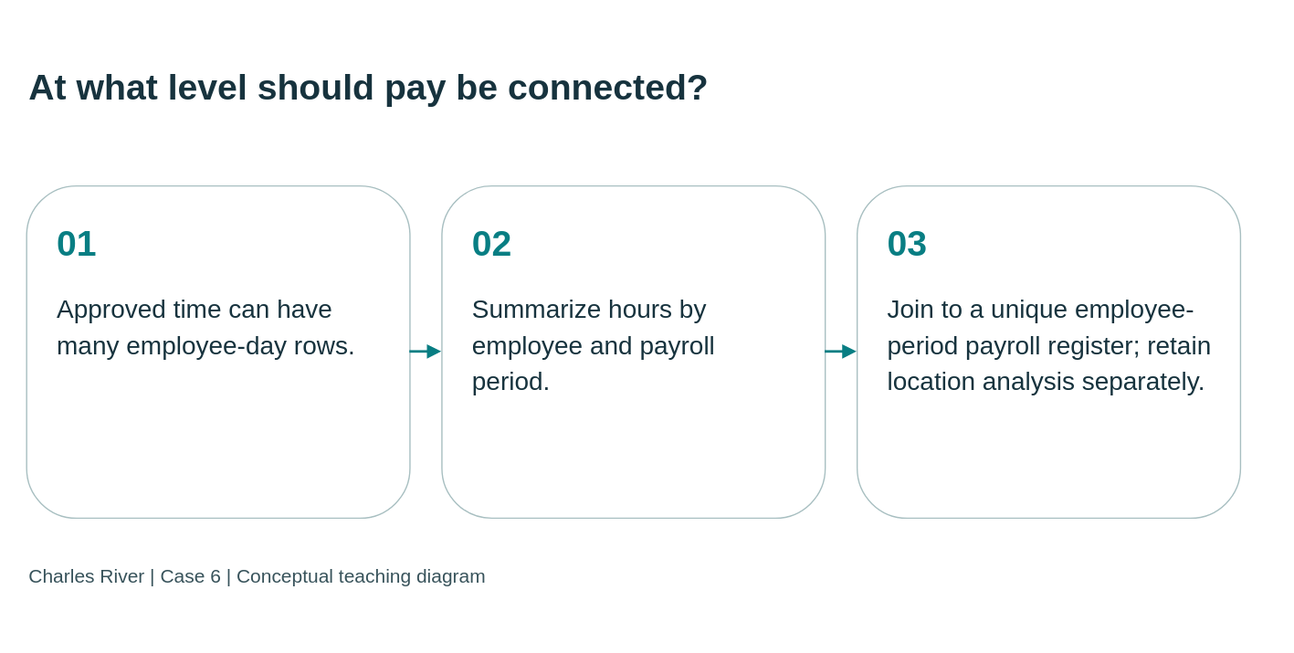
Earlier version of the draw.io export static/diagrams/cases/case06-grains.svg (mmcodesso/CharlesRiver_Database). Source tidied: cells renumbered, new cells last; positions are measured from the earlier drawing's top-left corner, leaving out a move shared by most shapes. Source of this version:
```xml
<mxGraphModel background="#f5f5ee">
  <root>
    <mxCell id="0" />
    <mxCell id="1" parent="0" />
    <mxCell id="2" value="At what level should pay be connected?" style="text;html=0;strokeColor=none;fillColor=none;align=left;verticalAlign=middle;whiteSpace=wrap;fontSize=28;fontStyle=1;fontColor=#17333e;fontFamily=Arial;" parent="1" vertex="1">
      <mxGeometry width="950" height="95" as="geometry" />
    </mxCell>
    <mxCell id="3" value="&lt;div style=&quot;font-size:28px;color:#087e83;font-weight:bold;margin-bottom:20px&quot;&gt;01&lt;/div&gt;&lt;div style=&quot;font-size:20px;line-height:1.4&quot;&gt;Approved time can have many employee-day rows.&lt;/div&gt;" style="rounded=1;whiteSpace=wrap;html=1;fillColor=#ffffff;strokeColor=#a8bfc1;fontColor=#17333e;align=left;verticalAlign=top;spacing=24;fontFamily=Arial;fontSize=20;" parent="1" vertex="1">
      <mxGeometry y="125" width="300" height="260" as="geometry" />
    </mxCell>
    <mxCell id="4" value="&lt;div style=&quot;font-size:28px;color:#087e83;font-weight:bold;margin-bottom:20px&quot;&gt;02&lt;/div&gt;&lt;div style=&quot;font-size:20px;line-height:1.4&quot;&gt;Summarize hours by employee and payroll period.&lt;/div&gt;" style="rounded=1;whiteSpace=wrap;html=1;fillColor=#ffffff;strokeColor=#a8bfc1;fontColor=#17333e;align=left;verticalAlign=top;spacing=24;fontFamily=Arial;fontSize=20;" parent="1" vertex="1">
      <mxGeometry x="325" y="125" width="300" height="260" as="geometry" />
    </mxCell>
    <mxCell id="5" value="&lt;div style=&quot;font-size:28px;color:#087e83;font-weight:bold;margin-bottom:20px&quot;&gt;03&lt;/div&gt;&lt;div style=&quot;font-size:20px;line-height:1.4&quot;&gt;Join to a unique employee-period payroll register; retain location analysis separately.&lt;/div&gt;" style="rounded=1;whiteSpace=wrap;html=1;fillColor=#ffffff;strokeColor=#a8bfc1;fontColor=#17333e;align=left;verticalAlign=top;spacing=24;fontFamily=Arial;fontSize=20;" parent="1" vertex="1">
      <mxGeometry x="650" y="125" width="300" height="260" as="geometry" />
    </mxCell>
    <mxCell id="6" style="edgeStyle=orthogonalEdgeStyle;rounded=0;html=1;endArrow=block;endFill=1;strokeColor=#087e83;strokeWidth=2;" parent="1" edge="1" source="3" target="4">
      <mxGeometry relative="1" as="geometry" />
    </mxCell>
    <mxCell id="7" style="edgeStyle=orthogonalEdgeStyle;rounded=0;html=1;endArrow=block;endFill=1;strokeColor=#087e83;strokeWidth=2;" parent="1" edge="1" source="4" target="5">
      <mxGeometry relative="1" as="geometry" />
    </mxCell>
    <mxCell id="8" value="Charles River | Case 6 | Conceptual teaching diagram" style="text;html=0;strokeColor=none;fillColor=none;align=left;fontSize=15;fontColor=#38535b;fontFamily=Arial;" parent="1" vertex="1">
      <mxGeometry y="415" width="950" height="35" as="geometry" />
    </mxCell>
  </root>
</mxGraphModel>
```
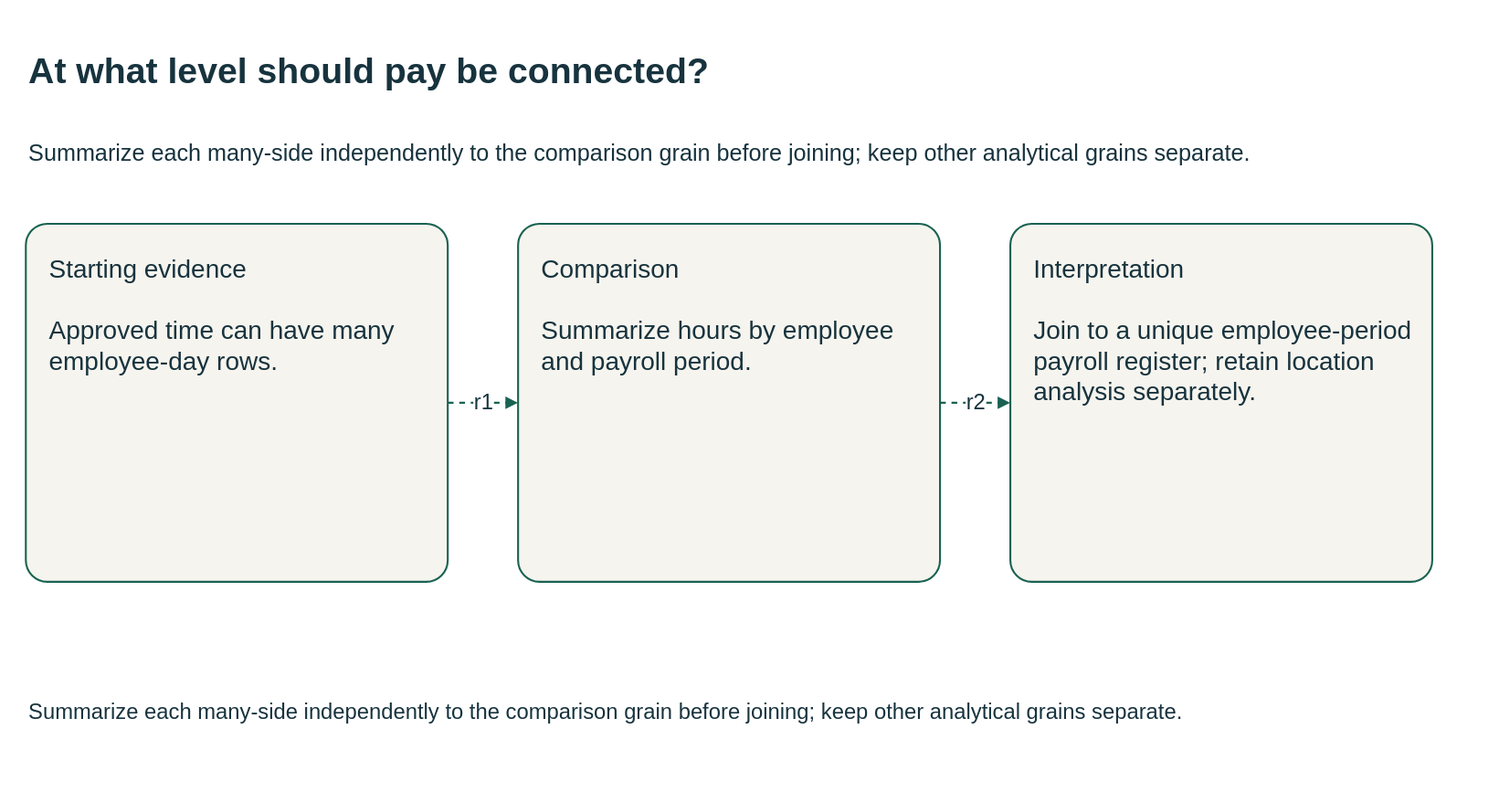
The same diagram one commit later.

What changed in the source:
```diff
@@ -1,27 +1,30 @@
-<mxGraphModel background="#f5f5ee">
+<mxGraphModel background="#FFFFFF">
   <root>
     <mxCell id="0" />
     <mxCell id="1" parent="0" />
-    <mxCell id="2" value="At what level should pay be connected?" style="text;html=0;strokeColor=none;fillColor=none;align=left;verticalAlign=middle;whiteSpace=wrap;fontSize=28;fontStyle=1;fontColor=#17333e;fontFamily=Arial;" parent="1" vertex="1">
-      <mxGeometry width="950" height="95" as="geometry" />
+    <mxCell id="2" value="At what level should pay be connected?" style="html=0;fontFamily=Arial;fontSize=20;fontColor=#17333e;strokeColor=#196252;strokeWidth=1.5;whiteSpace=wrap;text;strokeColor=none;fillColor=none;align=left;verticalAlign=middle;fontSize=28;fontStyle=1;" parent="1" vertex="1">
+      <mxGeometry y="-10" width="1110" height="70" as="geometry" />
     </mxCell>
+    <mxCell id="9" value="Summarize each many-side independently to the comparison grain before joining; keep other analytical grains separate." style="html=0;fontFamily=Arial;fontSize=20;fontColor=#17333e;strokeColor=#196252;strokeWidth=1.5;whiteSpace=wrap;text;strokeColor=none;fillColor=none;align=left;verticalAlign=middle;fontSize=18;fontStyle=0;" parent="1" vertex="1">
+      <mxGeometry y="62" width="1110" height="55" as="geometry" />
+    </mxCell>
-    <mxCell id="3" value="&lt;div style=&quot;font-size:28px;color:#087e83;font-weight:bold;margin-bottom:20px&quot;&gt;01&lt;/div&gt;&lt;div style=&quot;font-size:20px;line-height:1.4&quot;&gt;Approved time can have many employee-day rows.&lt;/div&gt;" style="rounded=1;whiteSpace=wrap;html=1;fillColor=#ffffff;strokeColor=#a8bfc1;fontColor=#17333e;align=left;verticalAlign=top;spacing=24;fontFamily=Arial;fontSize=20;" parent="1" vertex="1">
-      <mxGeometry y="125" width="300" height="260" as="geometry" />
+    <mxCell id="3" value="Starting evidence&#10;&#10;Approved time can have many employee-day rows." style="html=0;fontFamily=Arial;fontSize=20;fontColor=#17333e;strokeColor=#196252;strokeWidth=1.5;whiteSpace=wrap;rounded=1;arcSize=6;fillColor=#f6f4ee;align=left;verticalAlign=top;spacing=18;" parent="1" vertex="1">
+      <mxGeometry y="145" width="330" height="280" as="geometry" />
     </mxCell>
-    <mxCell id="4" value="&lt;div style=&quot;font-size:28px;color:#087e83;font-weight:bold;margin-bottom:20px&quot;&gt;02&lt;/div&gt;&lt;div style=&quot;font-size:20px;line-height:1.4&quot;&gt;Summarize hours by employee and payroll period.&lt;/div&gt;" style="rounded=1;whiteSpace=wrap;html=1;fillColor=#ffffff;strokeColor=#a8bfc1;fontColor=#17333e;align=left;verticalAlign=top;spacing=24;fontFamily=Arial;fontSize=20;" parent="1" vertex="1">
-      <mxGeometry x="325" y="125" width="300" height="260" as="geometry" />
+    <mxCell id="4" value="Comparison&#10;&#10;Summarize hours by employee and payroll period." style="html=0;fontFamily=Arial;fontSize=20;fontColor=#17333e;strokeColor=#196252;strokeWidth=1.5;whiteSpace=wrap;rounded=1;arcSize=6;fillColor=#f6f4ee;align=left;verticalAlign=top;spacing=18;" parent="1" vertex="1">
+      <mxGeometry x="385" y="145" width="330" height="280" as="geometry" />
     </mxCell>
-    <mxCell id="5" value="&lt;div style=&quot;font-size:28px;color:#087e83;font-weight:bold;margin-bottom:20px&quot;&gt;03&lt;/div&gt;&lt;div style=&quot;font-size:20px;line-height:1.4&quot;&gt;Join to a unique employee-period payroll register; retain location analysis separately.&lt;/div&gt;" style="rounded=1;whiteSpace=wrap;html=1;fillColor=#ffffff;strokeColor=#a8bfc1;fontColor=#17333e;align=left;verticalAlign=top;spacing=24;fontFamily=Arial;fontSize=20;" parent="1" vertex="1">
-      <mxGeometry x="650" y="125" width="300" height="260" as="geometry" />
+    <mxCell id="5" value="Interpretation&#10;&#10;Join to a unique employee-period payroll register; retain location analysis separately." style="html=0;fontFamily=Arial;fontSize=20;fontColor=#17333e;strokeColor=#196252;strokeWidth=1.5;whiteSpace=wrap;rounded=1;arcSize=6;fillColor=#f6f4ee;align=left;verticalAlign=top;spacing=18;" parent="1" vertex="1">
+      <mxGeometry x="770" y="145" width="330" height="280" as="geometry" />
     </mxCell>
-    <mxCell id="6" style="edgeStyle=orthogonalEdgeStyle;rounded=0;html=1;endArrow=block;endFill=1;strokeColor=#087e83;strokeWidth=2;" parent="1" edge="1" source="3" target="4">
+    <mxCell id="6" value="r1" style="html=0;fontFamily=Arial;fontSize=20;fontColor=#17333e;strokeColor=#196252;strokeWidth=1.5;whiteSpace=wrap;edgeStyle=orthogonalEdgeStyle;rounded=0;fillColor=none;fontSize=17;labelBackgroundColor=#FFFFFF;startArrow=none;endArrow=block;endFill=1;dashed=1;exitX=1;exitY=0.5;entryX=0;entryY=0.5;" parent="1" edge="1" source="3" target="4">
       <mxGeometry relative="1" as="geometry" />
     </mxCell>
-    <mxCell id="7" style="edgeStyle=orthogonalEdgeStyle;rounded=0;html=1;endArrow=block;endFill=1;strokeColor=#087e83;strokeWidth=2;" parent="1" edge="1" source="4" target="5">
+    <mxCell id="7" value="r2" style="html=0;fontFamily=Arial;fontSize=20;fontColor=#17333e;strokeColor=#196252;strokeWidth=1.5;whiteSpace=wrap;edgeStyle=orthogonalEdgeStyle;rounded=0;fillColor=none;fontSize=17;labelBackgroundColor=#FFFFFF;startArrow=none;endArrow=block;endFill=1;dashed=1;exitX=1;exitY=0.5;entryX=0;entryY=0.5;" parent="1" edge="1" source="4" target="5">
       <mxGeometry relative="1" as="geometry" />
     </mxCell>
-    <mxCell id="8" value="Charles River | Case 6 | Conceptual teaching diagram" style="text;html=0;strokeColor=none;fillColor=none;align=left;fontSize=15;fontColor=#38535b;fontFamily=Arial;" parent="1" vertex="1">
-      <mxGeometry y="415" width="950" height="35" as="geometry" />
+    <mxCell id="8" value="Summarize each many-side independently to the comparison grain before joining; keep other analytical grains separate." style="html=0;fontFamily=Arial;fontSize=20;fontColor=#17333e;strokeColor=#196252;strokeWidth=1.5;whiteSpace=wrap;text;strokeColor=none;fillColor=none;align=left;verticalAlign=middle;fontSize=17;fontStyle=0;" parent="1" vertex="1">
+      <mxGeometry y="497" width="1110" height="60" as="geometry" />
     </mxCell>
   </root>
 </mxGraphModel>
```
